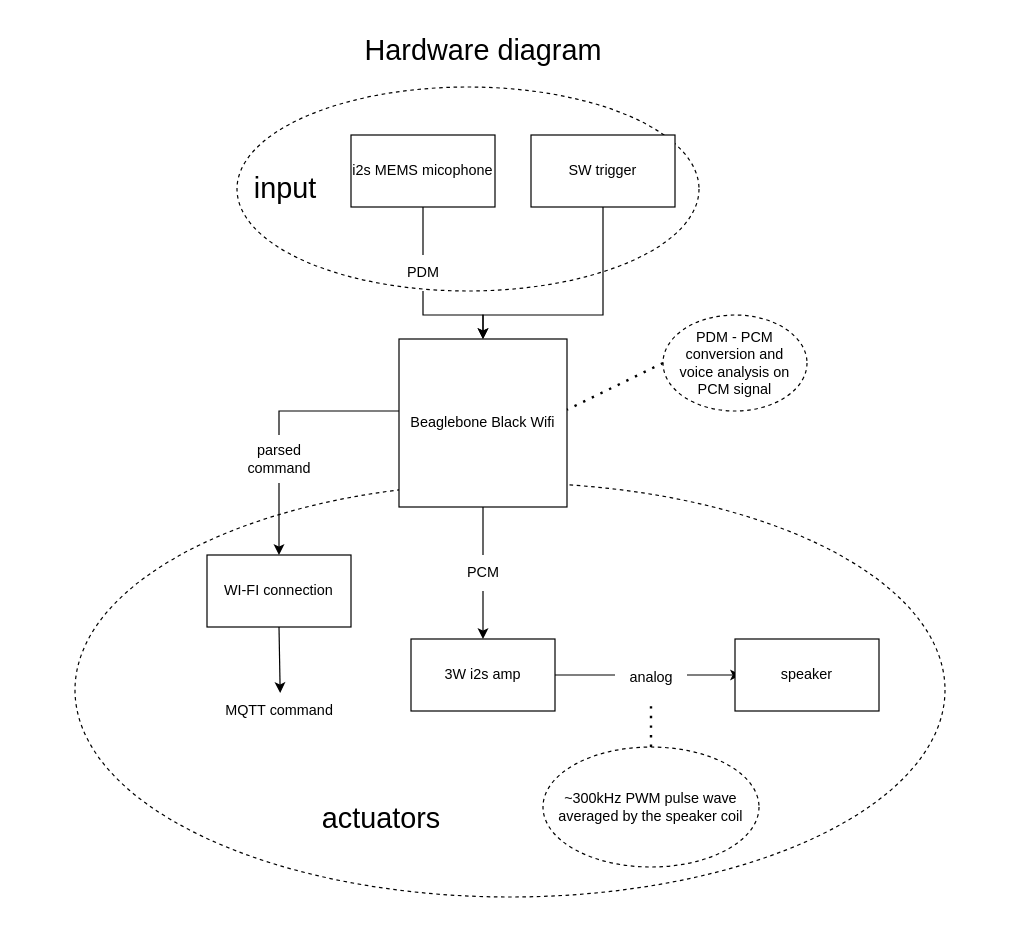
This is hardware_diagram.drawio from IoT-project-groups-1-2/g2-voice-controller, a draw.io file, before an edit. Source tidied: cells renumbered, new cells numbered last; positions are measured from the earlier drawing's top-left corner, leaving out a move shared by most shapes. Both pictures are drawn from the tidied source at 120%, with x=0, y=0 at pixel (74, 26).
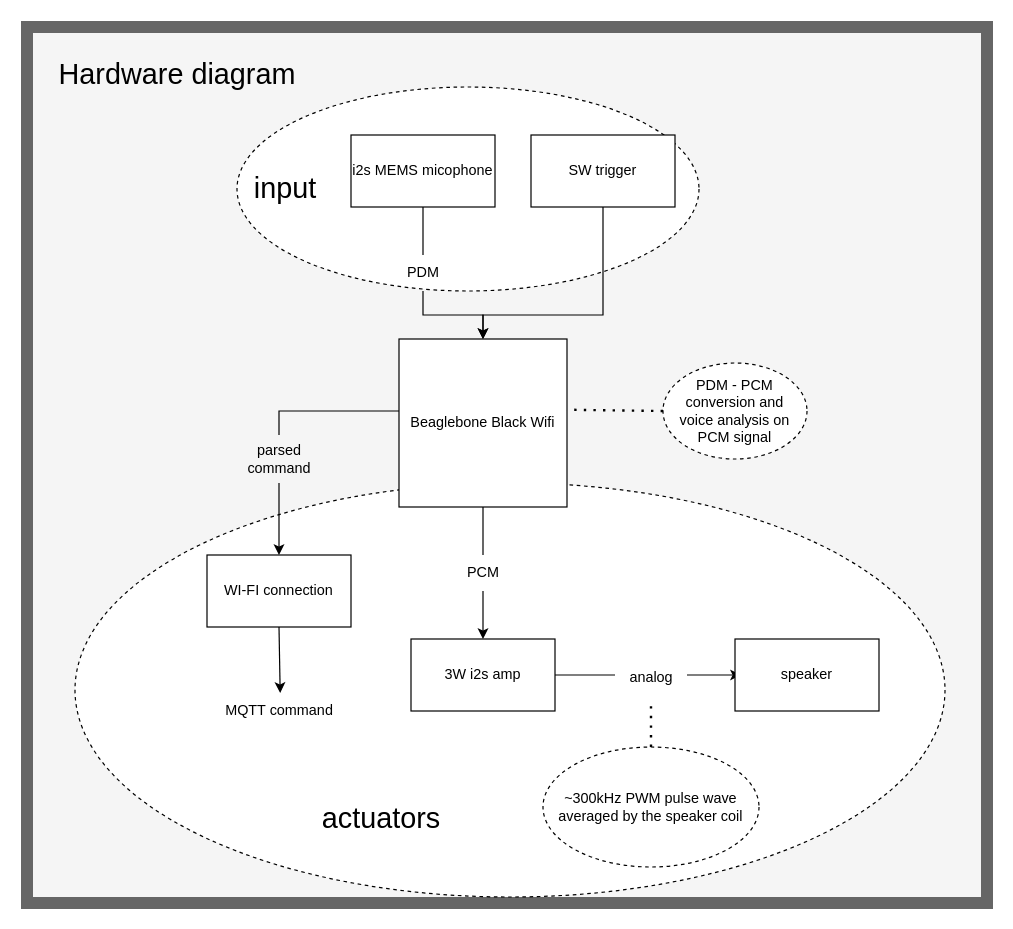
The same page after the edit.

Commit message:
add visual flair

What changed in the source:
```diff
@@
+    <mxCell id="32" style="rounded=0;whiteSpace=wrap;html=1;fontSize=12;fillColor=#f5f5f5;fontColor=#333333;strokeColor=#666666;strokeWidth=10;" parent="1" vertex="1">
+      <mxGeometry x="-40" width="800" height="730" as="geometry" />
+    </mxCell>
@@
     <mxCell id="11" value="&lt;div&gt;PDM - PCM conversion and&lt;br&gt;&lt;/div&gt;&lt;div&gt;voice analysis on PCM signal&lt;br&gt;&lt;/div&gt;" style="ellipse;whiteSpace=wrap;html=1;dashed=1;" parent="1" vertex="1">
-      <mxGeometry x="490" y="240" width="120" height="80" as="geometry" />
+      <mxGeometry x="490" y="280" width="120" height="80" as="geometry" />
     </mxCell>
@@
     <mxCell id="13" value="Hardware diagram" style="text;html=1;align=center;verticalAlign=middle;strokeColor=none;fillColor=none;fontSize=24;" parent="1" vertex="1">
-      <mxGeometry x="230" width="220" height="40" as="geometry" />
+      <mxGeometry x="-25" y="20" width="220" height="40" as="geometry" />
     </mxCell>
```
